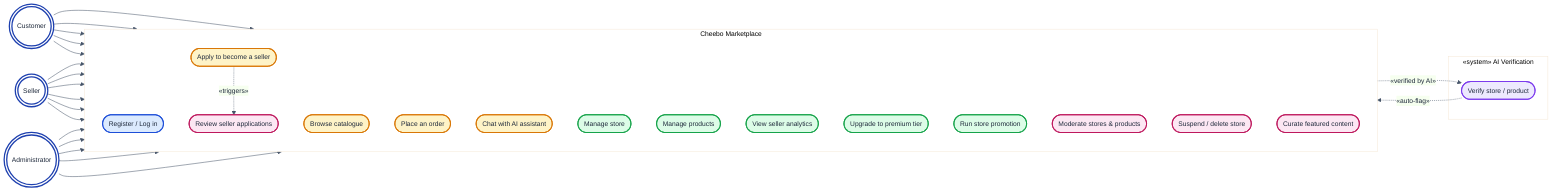
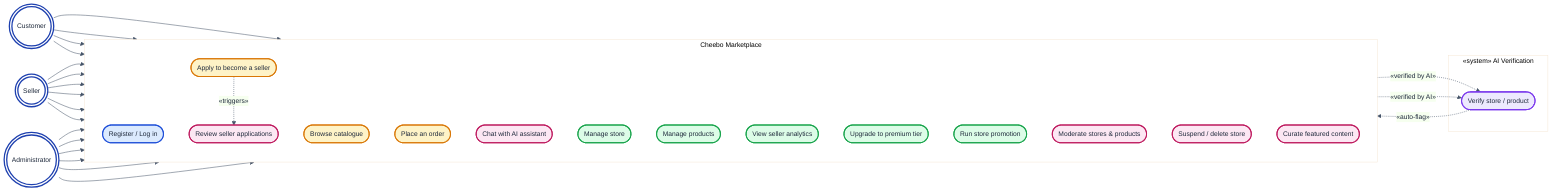
%%{init: {'theme':'base','themeVariables':{'primaryColor':'#EFF6FF','primaryBorderColor':'#1E40AF','primaryTextColor':'#1E293B','lineColor':'#475569','fontFamily':'Helvetica','fontSize':'13px'}}}%%
flowchart LR
    C((("Customer")))
    S((("Seller")))
    A((("Administrator")))

    subgraph SYS["Cheebo Marketplace"]
      direction TB
      UC_AUTH(["Register / Log in"])
      UC_BROWSE(["Browse catalogue"])
      UC_ORDER(["Place an order"])
      UC_CHAT(["Chat with AI assistant"])
      UC_APPLY(["Apply to become a seller"])
      UC_STORE(["Manage store"])
      UC_PROD(["Manage products"])
      UC_AN(["View seller analytics"])
      UC_UPG(["Upgrade to premium tier"])
      UC_SALE(["Run store promotion"])
      UC_REV(["Review seller applications"])
      UC_MOD(["Moderate stores & products"])
      UC_SUSP(["Suspend / delete store"])
      UC_FEAT(["Curate featured content"])
    end

    subgraph AISYS["«system» AI Verification"]
      AI_V(["Verify store / product"])
    end

    C --> UC_AUTH
    C --> UC_BROWSE
    C --> UC_ORDER
-     C --> UC_CHAT
    C --> UC_APPLY

    S --> UC_AUTH
    S --> UC_STORE
    S --> UC_PROD
    S --> UC_AN
    S --> UC_UPG
    S --> UC_SALE

    A --> UC_AUTH
    A --> UC_REV
    A --> UC_MOD
    A --> UC_SUSP
    A --> UC_FEAT
+     A --> UC_CHAT

    UC_APPLY -. "«triggers»" .-> UC_REV
+     UC_STORE -. "«verified by AI»" .-> AI_V
    UC_PROD  -. "«verified by AI»" .-> AI_V
    AI_V     -. "«auto-flag»" .-> UC_MOD

    classDef actor    fill:#FFFFFF,stroke:#1E40AF,stroke-width:2.5px,color:#1E293B
    classDef shared   fill:#DBEAFE,stroke:#1D4ED8,stroke-width:2px,color:#1E293B
    classDef customer fill:#FEF3C7,stroke:#D97706,stroke-width:2px,color:#1E293B
    classDef seller   fill:#DCFCE7,stroke:#16A34A,stroke-width:2px,color:#1E293B
    classDef admin    fill:#FCE7F3,stroke:#BE185D,stroke-width:2px,color:#1E293B
    classDef aicase   fill:#EDE9FE,stroke:#7C3AED,stroke-width:2px,color:#1E293B

    class C,S,A actor
    class UC_AUTH shared
-     class UC_BROWSE,UC_ORDER,UC_CHAT,UC_APPLY customer
+     class UC_BROWSE,UC_ORDER,UC_APPLY customer
    class UC_STORE,UC_PROD,UC_AN,UC_UPG,UC_SALE seller
-     class UC_REV,UC_MOD,UC_SUSP,UC_FEAT admin
+     class UC_REV,UC_MOD,UC_SUSP,UC_FEAT,UC_CHAT admin
    class AI_V aicase
